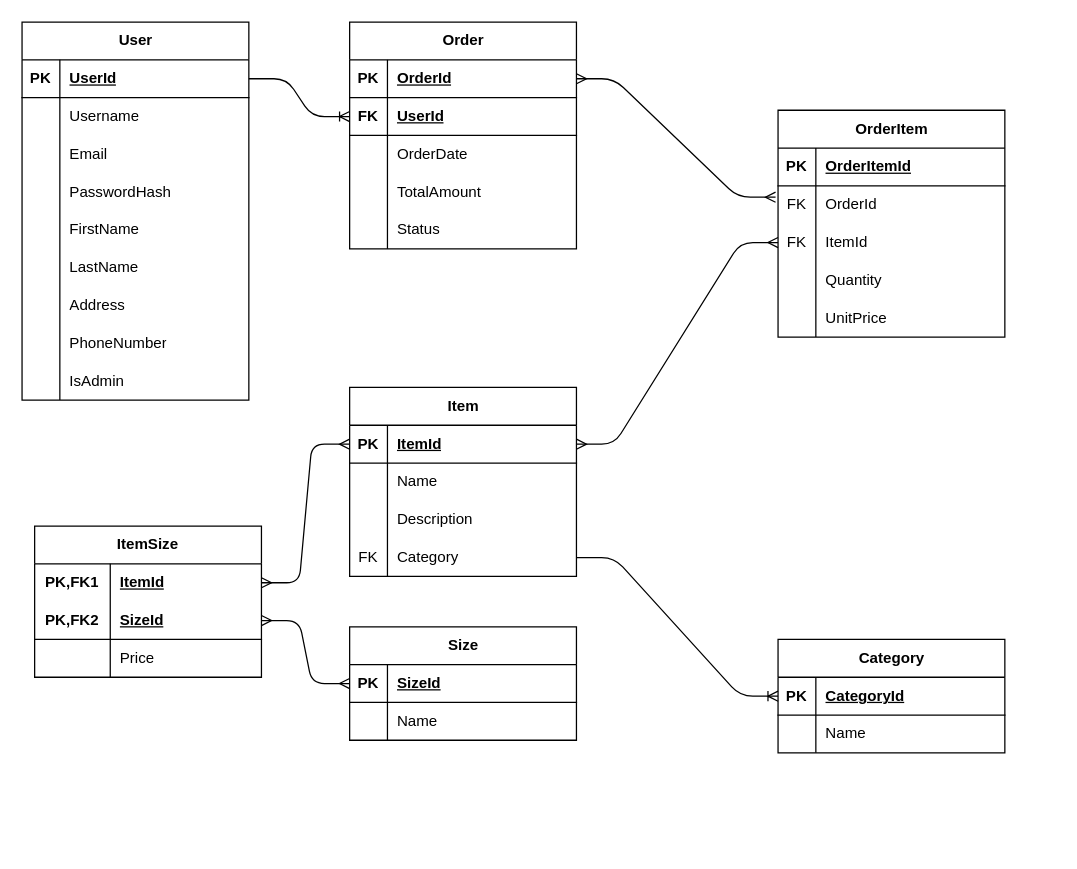
Earlier version of the draw.io diagram FinalProject/UML/Diagram.drawio (RankenTechnicalCollege/awd1115-coursework-Jonathan-Bauer9001). Source tidied: cells renumbered, new cells numbered last; positions are measured from the earlier drawing's top-left corner, leaving out a move shared by most shapes. Both pictures are drawn from the tidied source at 126%, with x=0, y=0 at pixel (21, 21).
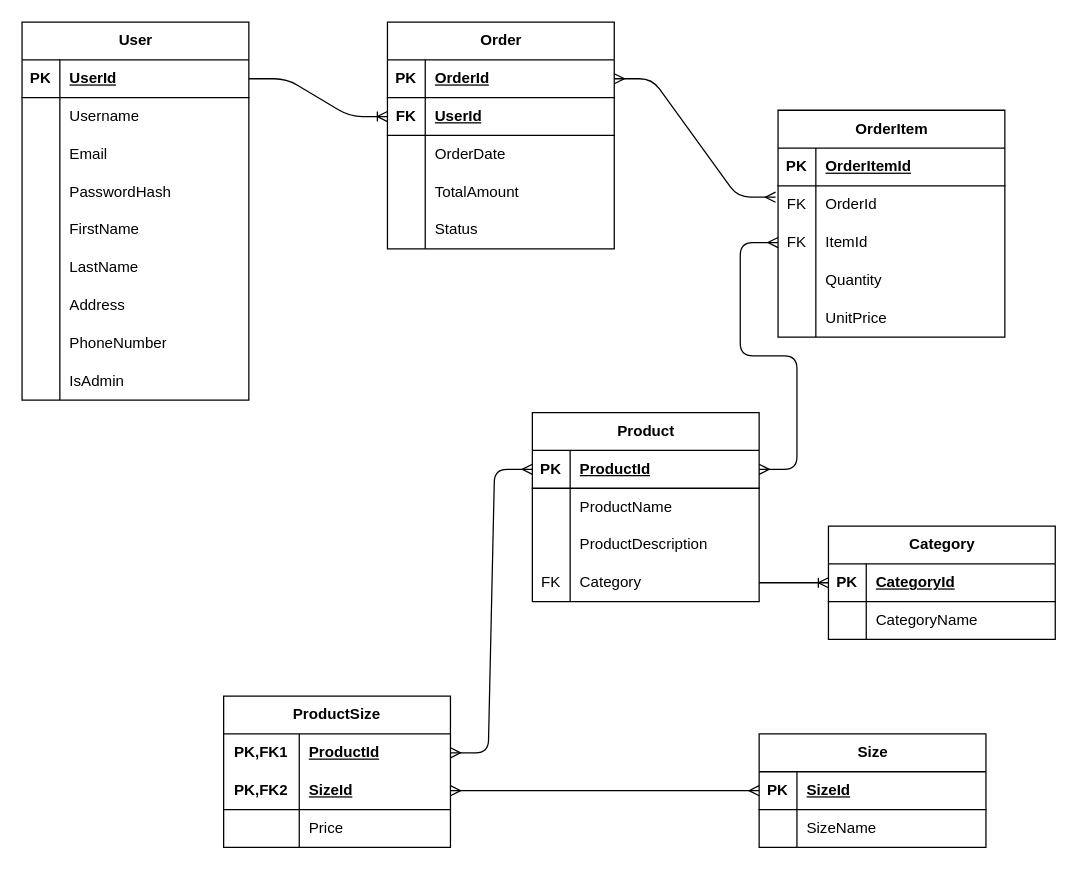
The same page after the edit.

The change refers to these unchanged cells:
```xml
<mxCell id="31" style="shape=tableRow;horizontal=0;startSize=0;swimlaneHead=0;swimlaneBody=0;fillColor=none;points=[[0,0.5],[1,0.5]];portConstraint=eastwest;top=0;left=0;right=0;bottom=1;" parent="30" vertex="1">
  <mxGeometry y="30" width="180" height="30" as="geometry" />
</mxCell>
<mxCell id="34" style="shape=tableRow;horizontal=0;startSize=0;swimlaneHead=0;swimlaneBody=0;fillColor=none;top=0;left=0;right=0;bottom=0;" parent="30" vertex="1">
  <mxGeometry y="60" width="180" height="30" as="geometry" />
</mxCell>
<mxCell id="37" style="shape=tableRow;horizontal=0;startSize=0;swimlaneHead=0;swimlaneBody=0;fillColor=none;top=0;left=0;right=0;bottom=0;" parent="30" vertex="1">
  <mxGeometry y="90" width="180" height="30" as="geometry" />
</mxCell>
<mxCell id="63" style="shape=tableRow;horizontal=0;startSize=0;swimlaneHead=0;swimlaneBody=0;fillColor=none;top=0;left=0;right=0;bottom=0;" parent="59" vertex="1">
  <mxGeometry y="60" width="180" height="30" as="geometry" />
</mxCell>
<mxCell id="70" style="shape=tableRow;horizontal=0;startSize=0;swimlaneHead=0;swimlaneBody=0;fillColor=none;top=0;left=0;right=0;bottom=0;" parent="66" vertex="1">
  <mxGeometry y="60" width="180" height="30" as="geometry" />
</mxCell>
<mxCell id="94" style="shape=tableRow;horizontal=0;startSize=0;swimlaneHead=0;swimlaneBody=0;fillColor=none;points=[[0,0.5],[1,0.5]];portConstraint=eastwest;top=0;left=0;right=0;bottom=0;html=1;" parent="93" vertex="1">
  <mxGeometry y="30" width="180" height="30" as="geometry" />
</mxCell>
```

Change to the diagram source:
```diff
@@
-    <mxCell id="30" value="Item" style="shape=table;startSize=30;childLayout=tableLayout;rowLines=0;fontStyle=1;align=center;html=1;" parent="1" vertex="1">
-      <mxGeometry x="260" y="290" width="180" height="150" as="geometry" />
+    <mxCell id="30" value="Product" style="shape=table;startSize=30;childLayout=tableLayout;rowLines=0;fontStyle=1;align=center;html=1;" parent="1" vertex="1">
+      <mxGeometry x="405" y="310" width="180" height="150" as="geometry" />
     </mxCell>
@@
-    <mxCell id="33" value="ItemId" style="shape=partialRectangle;fillColor=none;top=0;left=0;bottom=0;right=0;align=left;spacingLeft=6;fontStyle=5;overflow=hidden;whiteSpace=wrap;html=1;" parent="31" vertex="1">
+    <mxCell id="33" value="ProductId" style="shape=partialRectangle;fillColor=none;top=0;left=0;bottom=0;right=0;align=left;spacingLeft=6;fontStyle=5;overflow=hidden;whiteSpace=wrap;html=1;" parent="31" vertex="1">
       <mxGeometry x="30" width="150" height="30" as="geometry" />
     </mxCell>
@@
-    <mxCell id="36" value="Name" style="shape=partialRectangle;fillColor=none;top=0;left=0;bottom=0;right=0;align=left;spacingLeft=6;overflow=hidden;whiteSpace=wrap;html=1;" parent="34" vertex="1">
+    <mxCell id="36" value="ProductName" style="shape=partialRectangle;fillColor=none;top=0;left=0;bottom=0;right=0;align=left;spacingLeft=6;overflow=hidden;whiteSpace=wrap;html=1;" parent="34" vertex="1">
       <mxGeometry x="30" width="150" height="30" as="geometry" />
     </mxCell>
@@
-    <mxCell id="39" value="Description" style="shape=partialRectangle;fillColor=none;top=0;left=0;bottom=0;right=0;align=left;spacingLeft=6;overflow=hidden;whiteSpace=wrap;html=1;" parent="37" vertex="1">
+    <mxCell id="39" value="ProductDescription" style="shape=partialRectangle;fillColor=none;top=0;left=0;bottom=0;right=0;align=left;spacingLeft=6;overflow=hidden;whiteSpace=wrap;html=1;" parent="37" vertex="1">
       <mxGeometry x="30" width="150" height="30" as="geometry" />
     </mxCell>
@@
     <mxCell id="43" value="Order" style="shape=table;startSize=30;childLayout=tableLayout;rowLines=0;fontStyle=1;align=center;html=1;" parent="1" vertex="1">
-      <mxGeometry x="260" width="180" height="180" as="geometry" />
+      <mxGeometry x="290" width="180" height="180" as="geometry" />
     </mxCell>
@@
     <mxCell id="59" value="Size" style="shape=table;startSize=30;childLayout=tableLayout;rowLines=0;fontStyle=1;align=center;html=1;" parent="1" vertex="1">
-      <mxGeometry x="260" y="480" width="180" height="90" as="geometry" />
+      <mxGeometry x="585" y="565" width="180" height="90" as="geometry" />
     </mxCell>
@@
-    <mxCell id="65" value="Name" style="shape=partialRectangle;fillColor=none;top=0;left=0;bottom=0;right=0;align=left;spacingLeft=6;overflow=hidden;whiteSpace=wrap;html=1;" parent="63" vertex="1">
+    <mxCell id="65" value="SizeName" style="shape=partialRectangle;fillColor=none;top=0;left=0;bottom=0;right=0;align=left;spacingLeft=6;overflow=hidden;whiteSpace=wrap;html=1;" parent="63" vertex="1">
       <mxGeometry x="30" width="150" height="30" as="geometry" />
     </mxCell>
     <mxCell id="66" value="Category" style="shape=table;startSize=30;childLayout=tableLayout;rowLines=0;fontStyle=1;align=center;html=1;" parent="1" vertex="1">
-      <mxGeometry x="600" y="490" width="180" height="90" as="geometry" />
+      <mxGeometry x="640" y="400" width="180" height="90" as="geometry" />
     </mxCell>
@@
-    <mxCell id="72" value="Name" style="shape=partialRectangle;fillColor=none;top=0;left=0;bottom=0;right=0;align=left;spacingLeft=6;overflow=hidden;whiteSpace=wrap;html=1;" parent="70" vertex="1">
+    <mxCell id="72" value="CategoryName" style="shape=partialRectangle;fillColor=none;top=0;left=0;bottom=0;right=0;align=left;spacingLeft=6;overflow=hidden;whiteSpace=wrap;html=1;" parent="70" vertex="1">
       <mxGeometry x="30" width="150" height="30" as="geometry" />
     </mxCell>
@@
-    <mxCell id="93" value="ItemSize" style="shape=table;startSize=30;childLayout=tableLayout;rowLines=0;fontStyle=1;align=center;html=1;whiteSpace=wrap;" parent="1" vertex="1">
-      <mxGeometry x="10" y="400" width="180" height="120" as="geometry" />
+    <mxCell id="93" value="ProductSize" style="shape=table;startSize=30;childLayout=tableLayout;rowLines=0;fontStyle=1;align=center;html=1;whiteSpace=wrap;" parent="1" vertex="1">
+      <mxGeometry x="160" y="535" width="180" height="120" as="geometry" />
     </mxCell>
@@
-    <mxCell id="96" value="ItemId" style="shape=partialRectangle;fillColor=none;top=0;left=0;bottom=0;right=0;align=left;spacingLeft=6;fontStyle=5;overflow=hidden;html=1;whiteSpace=wrap;" parent="94" vertex="1">
+    <mxCell id="96" value="ProductId" style="shape=partialRectangle;fillColor=none;top=0;left=0;bottom=0;right=0;align=left;spacingLeft=6;fontStyle=5;overflow=hidden;html=1;whiteSpace=wrap;" parent="94" vertex="1">
       <mxGeometry x="60" width="120" height="30" as="geometry" />
     </mxCell>
```
